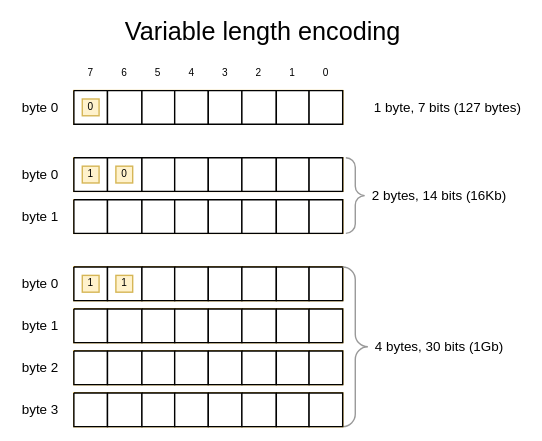
Before: doc/VLE.svg, a diagram exported from draw.io (ikolomiets/protokol). Source tidied: cells renumbered, new cells last; positions are measured from the earlier drawing's top-left corner, leaving out a move shared by most shapes.
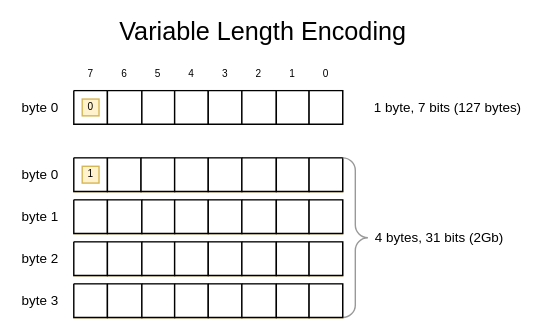
The same diagram one commit later.

Commit message:
Protokol v.2.0 WIP: change VLE encoding - no more 2 bytes prefixes; single bit to indicate one or four bytes encoding is used

The edit, as a diff of the source:
```diff
@@ -41,87 +41,6 @@
     <mxCell id="14" value="0" style="text;html=1;align=center;verticalAlign=middle;fillColor=#fff2cc;rounded=0;strokeColor=#d6b656;" parent="1" vertex="1">
       <mxGeometry x="80" y="100" width="20" height="20" as="geometry" />
     </mxCell>
-    <mxCell id="15" value="0" style="text;html=1;align=center;verticalAlign=middle;fillColor=#fff2cc;rounded=0;strokeColor=#d6b656;" parent="1" vertex="1">
-      <mxGeometry x="80" y="180" width="20" height="20" as="geometry" />
-    </mxCell>
-    <mxCell id="16" style="shape=table;html=1;whiteSpace=wrap;startSize=0;fillColor=#ffe6cc;strokeColor=#d79b00;rowLines=1;swimlaneFillColor=none;" parent="1" vertex="1">
-      <mxGeometry x="70" y="170" width="320" height="40" as="geometry" />
-    </mxCell>
-    <mxCell id="17" style="shape=partialRectangle;html=1;whiteSpace=wrap;fillColor=none;top=0;left=0;bottom=0;right=0;points=[[0,0.5],[1,0.5]];portConstraint=eastwest;" parent="16" vertex="1">
-      <mxGeometry width="320" height="40" as="geometry" />
-    </mxCell>
-    <mxCell id="18" style="shape=partialRectangle;html=1;whiteSpace=wrap;overflow=hidden;top=1;left=1;bottom=1;right=1;" parent="17" vertex="1">
-      <mxGeometry width="40" height="40" as="geometry" />
-    </mxCell>
-    <mxCell id="19" style="shape=partialRectangle;html=1;whiteSpace=wrap;overflow=hidden;top=1;left=1;bottom=1;right=1;" parent="17" vertex="1">
-      <mxGeometry x="40" width="41" height="40" as="geometry" />
-    </mxCell>
-    <mxCell id="20" style="shape=partialRectangle;html=1;whiteSpace=wrap;overflow=hidden;top=1;left=1;bottom=1;right=1;" parent="17" vertex="1">
-      <mxGeometry x="81" width="39" height="40" as="geometry" />
-    </mxCell>
-    <mxCell id="21" style="shape=partialRectangle;html=1;whiteSpace=wrap;overflow=hidden;top=1;left=1;bottom=1;right=1;" parent="17" vertex="1">
-      <mxGeometry x="120" width="40" height="40" as="geometry" />
-    </mxCell>
-    <mxCell id="22" style="shape=partialRectangle;html=1;whiteSpace=wrap;overflow=hidden;top=1;left=1;bottom=1;right=1;" parent="17" vertex="1">
-      <mxGeometry x="160" width="40" height="40" as="geometry" />
-    </mxCell>
-    <mxCell id="23" style="shape=partialRectangle;html=1;whiteSpace=wrap;overflow=hidden;top=1;left=1;bottom=1;right=1;" parent="17" vertex="1">
-      <mxGeometry x="200" width="41" height="40" as="geometry" />
-    </mxCell>
-    <mxCell id="24" style="shape=partialRectangle;html=1;whiteSpace=wrap;overflow=hidden;top=1;left=1;bottom=1;right=1;" parent="17" vertex="1">
-      <mxGeometry x="241" width="39" height="40" as="geometry" />
-    </mxCell>
-    <mxCell id="25" style="shape=partialRectangle;html=1;whiteSpace=wrap;overflow=hidden;top=1;left=1;bottom=1;right=1;" parent="17" vertex="1">
-      <mxGeometry x="280" width="40" height="40" as="geometry" />
-    </mxCell>
-    <mxCell id="26" style="edgeStyle=orthogonalEdgeStyle;rounded=0;orthogonalLoop=1;jettySize=auto;html=1;exitX=1;exitY=0.5;exitDx=0;exitDy=0;" parent="16" edge="1" source="17" target="17">
-      <mxGeometry relative="1" as="geometry" />
-    </mxCell>
-    <mxCell id="27" value="1" style="text;html=1;align=center;verticalAlign=middle;fillColor=#fff2cc;strokeColor=#d6b656;rounded=0;" parent="1" vertex="1">
-      <mxGeometry x="80" y="180" width="20" height="20" as="geometry" />
-    </mxCell>
-    <mxCell id="28" value="0" style="text;html=1;align=center;verticalAlign=middle;fillColor=#fff2cc;strokeColor=#d6b656;rounded=0;" parent="1" vertex="1">
-      <mxGeometry x="120" y="180" width="20" height="20" as="geometry" />
-    </mxCell>
-    <mxCell id="29" style="shape=table;html=1;whiteSpace=wrap;startSize=0;fillColor=#ffe6cc;strokeColor=#d79b00;rowLines=1;swimlaneFillColor=none;" parent="1" vertex="1">
-      <mxGeometry x="70" y="220" width="320" height="40" as="geometry" />
-    </mxCell>
-    <mxCell id="30" style="shape=partialRectangle;html=1;whiteSpace=wrap;fillColor=none;top=0;left=0;bottom=0;right=0;points=[[0,0.5],[1,0.5]];portConstraint=eastwest;" parent="29" vertex="1">
-      <mxGeometry width="320" height="40" as="geometry" />
-    </mxCell>
-    <mxCell id="31" style="shape=partialRectangle;html=1;whiteSpace=wrap;overflow=hidden;top=1;left=1;bottom=1;right=1;" parent="30" vertex="1">
-      <mxGeometry width="40" height="40" as="geometry" />
-    </mxCell>
-    <mxCell id="32" style="shape=partialRectangle;html=1;whiteSpace=wrap;overflow=hidden;top=1;left=1;bottom=1;right=1;" parent="30" vertex="1">
-      <mxGeometry x="40" width="41" height="40" as="geometry" />
-    </mxCell>
-    <mxCell id="33" style="shape=partialRectangle;html=1;whiteSpace=wrap;overflow=hidden;top=1;left=1;bottom=1;right=1;" parent="30" vertex="1">
-      <mxGeometry x="81" width="39" height="40" as="geometry" />
-    </mxCell>
-    <mxCell id="34" style="shape=partialRectangle;html=1;whiteSpace=wrap;overflow=hidden;top=1;left=1;bottom=1;right=1;" parent="30" vertex="1">
-      <mxGeometry x="120" width="40" height="40" as="geometry" />
-    </mxCell>
-    <mxCell id="35" style="shape=partialRectangle;html=1;whiteSpace=wrap;overflow=hidden;top=1;left=1;bottom=1;right=1;" parent="30" vertex="1">
-      <mxGeometry x="160" width="40" height="40" as="geometry" />
-    </mxCell>
-    <mxCell id="36" style="shape=partialRectangle;html=1;whiteSpace=wrap;overflow=hidden;top=1;left=1;bottom=1;right=1;" parent="30" vertex="1">
-      <mxGeometry x="200" width="41" height="40" as="geometry" />
-    </mxCell>
-    <mxCell id="37" style="shape=partialRectangle;html=1;whiteSpace=wrap;overflow=hidden;top=1;left=1;bottom=1;right=1;" parent="30" vertex="1">
-      <mxGeometry x="241" width="39" height="40" as="geometry" />
-    </mxCell>
-    <mxCell id="38" style="shape=partialRectangle;html=1;whiteSpace=wrap;overflow=hidden;top=1;left=1;bottom=1;right=1;" parent="30" vertex="1">
-      <mxGeometry x="280" width="40" height="40" as="geometry" />
-    </mxCell>
-    <mxCell id="39" style="edgeStyle=orthogonalEdgeStyle;rounded=0;orthogonalLoop=1;jettySize=auto;html=1;exitX=1;exitY=0.5;exitDx=0;exitDy=0;" parent="29" edge="1" source="30" target="30">
-      <mxGeometry relative="1" as="geometry" />
-    </mxCell>
-    <mxCell id="40" style="labelPosition=right;align=left;strokeWidth=1;shape=mxgraph.mockup.markup.curlyBrace;html=1;shadow=0;dashed=0;strokeColor=#999999;direction=south;fillColor=#ffffff;" parent="1" vertex="1">
-      <mxGeometry x="390" y="170" width="30" height="90" as="geometry" />
-    </mxCell>
-    <mxCell id="41" value="&lt;font style=&quot;font-size: 16px&quot;&gt;2 bytes, 14 bits (16Kb)&lt;/font&gt;" style="text;html=1;align=center;verticalAlign=middle;fillColor=none;strokeColor=none;rounded=0;" parent="1" vertex="1">
-      <mxGeometry x="415" y="205" width="180" height="20" as="geometry" />
-    </mxCell>
     <mxCell id="42" value="7" style="text;html=1;align=center;verticalAlign=middle;fillColor=none;strokeColor=none;rounded=0;" parent="1" vertex="1">
       <mxGeometry x="80" y="60" width="20" height="20" as="geometry" />
     </mxCell>
@@ -146,14 +65,8 @@
     <mxCell id="49" value="0" style="text;html=1;align=center;verticalAlign=middle;fillColor=none;strokeColor=none;rounded=0;" parent="1" vertex="1">
       <mxGeometry x="360" y="60" width="20" height="20" as="geometry" />
     </mxCell>
-    <mxCell id="50" value="&lt;font style=&quot;font-size: 16px&quot;&gt;byte 0&lt;/font&gt;" style="text;html=1;align=center;verticalAlign=middle;fillColor=none;strokeColor=none;rounded=0;" parent="1" vertex="1">
-      <mxGeometry y="180" width="60" height="20" as="geometry" />
-    </mxCell>
-    <mxCell id="51" value="&lt;font style=&quot;font-size: 16px&quot;&gt;byte 1&lt;/font&gt;" style="text;html=1;align=center;verticalAlign=middle;fillColor=none;strokeColor=none;rounded=0;" parent="1" vertex="1">
-      <mxGeometry y="230" width="60" height="20" as="geometry" />
-    </mxCell>
     <mxCell id="52" style="group;" parent="1" vertex="1">
-      <mxGeometry y="300" width="590" height="190" as="geometry" />
+      <mxGeometry y="170" width="590" height="190" as="geometry" />
     </mxCell>
     <mxCell id="53" value="0" style="text;html=1;align=center;verticalAlign=middle;fillColor=#fff2cc;rounded=0;strokeColor=#d6b656;" parent="52" vertex="1">
       <mxGeometry x="80" y="10" width="20" height="20" as="geometry" />
@@ -168,10 +81,10 @@
       <mxGeometry width="40" height="40" as="geometry" />
     </mxCell>
     <mxCell id="57" style="shape=partialRectangle;html=1;whiteSpace=wrap;overflow=hidden;top=1;left=1;bottom=1;right=1;" parent="55" vertex="1">
-      <mxGeometry x="40" width="41" height="40" as="geometry" />
+      <mxGeometry x="40" width="40" height="40" as="geometry" />
     </mxCell>
     <mxCell id="58" style="shape=partialRectangle;html=1;whiteSpace=wrap;overflow=hidden;top=1;left=1;bottom=1;right=1;" parent="55" vertex="1">
-      <mxGeometry x="81" width="39" height="40" as="geometry" />
+      <mxGeometry x="80" width="40" height="40" as="geometry" />
     </mxCell>
     <mxCell id="59" style="shape=partialRectangle;html=1;whiteSpace=wrap;overflow=hidden;top=1;left=1;bottom=1;right=1;" parent="55" vertex="1">
       <mxGeometry x="120" width="40" height="40" as="geometry" />
@@ -194,9 +107,6 @@
     <mxCell id="65" value="1" style="text;html=1;align=center;verticalAlign=middle;fillColor=#fff2cc;strokeColor=#d6b656;rounded=0;" parent="52" vertex="1">
       <mxGeometry x="80" y="10" width="20" height="20" as="geometry" />
     </mxCell>
-    <mxCell id="66" value="1" style="text;html=1;align=center;verticalAlign=middle;fillColor=#fff2cc;strokeColor=#d6b656;rounded=0;" parent="52" vertex="1">
-      <mxGeometry x="120" y="10" width="20" height="20" as="geometry" />
-    </mxCell>
     <mxCell id="67" style="shape=table;html=1;whiteSpace=wrap;startSize=0;fillColor=#ffe6cc;strokeColor=#d79b00;rowLines=1;swimlaneFillColor=none;" parent="52" vertex="1">
       <mxGeometry x="70" y="50" width="320" height="40" as="geometry" />
     </mxCell>
@@ -233,7 +143,7 @@
     <mxCell id="78" style="labelPosition=right;align=left;strokeWidth=1;shape=mxgraph.mockup.markup.curlyBrace;html=1;shadow=0;dashed=0;strokeColor=#999999;direction=south;fillColor=#ffffff;" parent="52" vertex="1">
       <mxGeometry x="390" width="30" height="190" as="geometry" />
     </mxCell>
-    <mxCell id="79" value="&lt;font style=&quot;font-size: 16px&quot;&gt;4 bytes, 30 bits (1Gb)&lt;/font&gt;" style="text;html=1;align=center;verticalAlign=middle;fillColor=none;strokeColor=none;rounded=0;" parent="52" vertex="1">
+    <mxCell id="79" value="&lt;font style=&quot;font-size: 16px&quot;&gt;4 bytes, 31 bits (2Gb)&lt;/font&gt;" style="text;html=1;align=center;verticalAlign=middle;fillColor=none;strokeColor=none;rounded=0;" parent="52" vertex="1">
       <mxGeometry x="420" y="85" width="170" height="20" as="geometry" />
     </mxCell>
     <mxCell id="80" style="shape=table;html=1;whiteSpace=wrap;startSize=0;fillColor=#ffe6cc;strokeColor=#d79b00;rowLines=1;swimlaneFillColor=none;" parent="52" vertex="1">
@@ -317,8 +227,8 @@
     <mxCell id="106" value="&lt;font style=&quot;font-size: 16px&quot;&gt;byte 0&lt;/font&gt;" style="text;html=1;align=center;verticalAlign=middle;fillColor=none;strokeColor=none;rounded=0;" parent="1" vertex="1">
       <mxGeometry y="100" width="60" height="20" as="geometry" />
     </mxCell>
-    <mxCell id="107" value="Variable length encoding" style="text;html=1;align=center;verticalAlign=middle;fontSize=30;" parent="1" vertex="1">
-      <mxGeometry x="125" width="340" height="40" as="geometry" />
+    <mxCell id="107" value="Variable Length Encoding" style="text;html=1;align=center;verticalAlign=middle;fontSize=30;" parent="1" vertex="1">
+      <mxGeometry x="115" width="360" height="40" as="geometry" />
     </mxCell>
   </root>
 </mxGraphModel>
```
